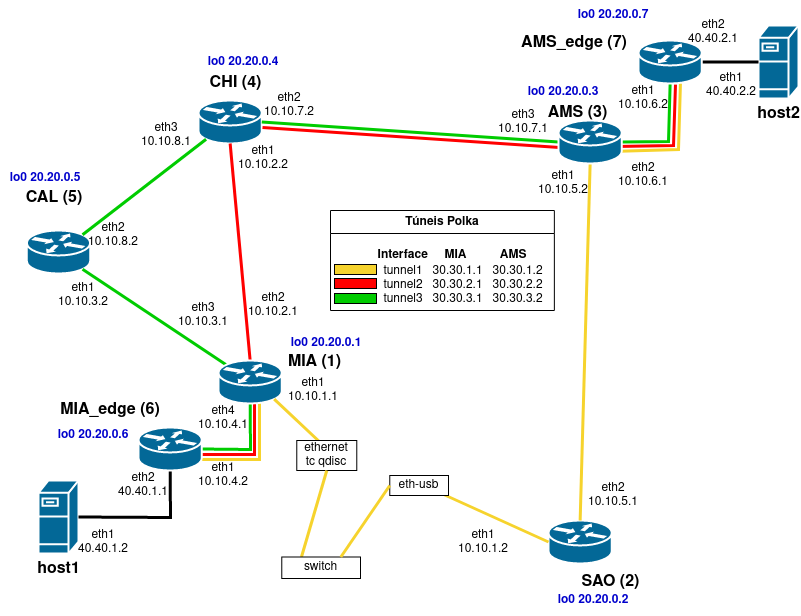
Above: artigo/test1/topologia1.png in domingosparaiso/artigo-polka (draw.io), before the change. Source tidied: cells renumbered, new cells last; positions are measured from the earlier drawing's top-left corner, leaving out a move shared by most shapes. The source it was exported from:
```xml
<mxGraphModel>
  <root>
    <mxCell id="0" />
    <mxCell id="1" parent="0" />
    <mxCell id="2" value="&lt;div&gt;host1&lt;/div&gt;" style="shape=mxgraph.cisco.servers.fileserver;sketch=0;html=1;dashed=0;fillColor=#036897;strokeColor=#ffffff;strokeWidth=2;verticalLabelPosition=bottom;verticalAlign=top;align=center;outlineConnect=0;fontSize=16;fontFamily=Helvetica;fontStyle=1;" parent="1" vertex="1">
      <mxGeometry x="38" y="480" width="40" height="73" as="geometry" />
    </mxCell>
    <mxCell id="3" style="shape=mxgraph.cisco.routers.router;sketch=0;html=1;dashed=0;fillColor=#036897;strokeColor=#ffffff;strokeWidth=2;verticalLabelPosition=bottom;verticalAlign=top;align=center;outlineConnect=0;" parent="1" vertex="1">
      <mxGeometry x="548" y="520" width="63.3" height="43" as="geometry" />
    </mxCell>
    <mxCell id="4" style="shape=mxgraph.cisco.routers.router;sketch=0;html=1;dashed=0;fillColor=#036897;strokeColor=#ffffff;strokeWidth=2;verticalLabelPosition=bottom;verticalAlign=top;align=center;outlineConnect=0;" parent="1" vertex="1">
      <mxGeometry x="198" y="100" width="63.3" height="43" as="geometry" />
    </mxCell>
    <mxCell id="5" style="shape=mxgraph.cisco.routers.router;sketch=0;html=1;dashed=0;fillColor=#036897;strokeColor=#ffffff;strokeWidth=2;verticalLabelPosition=bottom;verticalAlign=top;align=center;outlineConnect=0;" parent="1" vertex="1">
      <mxGeometry x="26.4" y="230" width="63.3" height="43" as="geometry" />
    </mxCell>
    <mxCell id="6" style="endArrow=none;html=1;rounded=0;entryX=0.5;entryY=1;entryDx=0;entryDy=0;entryPerimeter=0;exitX=0.5;exitY=0;exitDx=0;exitDy=0;exitPerimeter=0;strokeWidth=3;strokeColor=#FF0000;" parent="1" edge="1" source="59" target="4">
      <mxGeometry relative="1" as="geometry" />
    </mxCell>
    <mxCell id="7" style="endArrow=none;html=1;rounded=0;entryX=0.88;entryY=0.9;entryDx=0;entryDy=0;entryPerimeter=0;exitX=0.12;exitY=0.1;exitDx=0;exitDy=0;exitPerimeter=0;strokeWidth=3;strokeColor=#00CC00;" parent="1" edge="1" source="59" target="5">
      <mxGeometry relative="1" as="geometry" />
    </mxCell>
    <mxCell id="8" style="endArrow=none;html=1;rounded=0;entryX=0.12;entryY=0.9;entryDx=0;entryDy=0;entryPerimeter=0;exitX=0.88;exitY=0.1;exitDx=0;exitDy=0;exitPerimeter=0;strokeWidth=3;strokeColor=#00CC00;" parent="1" edge="1" source="5" target="4">
      <mxGeometry relative="1" as="geometry" />
    </mxCell>
    <mxCell id="9" style="endArrow=none;html=1;rounded=0;entryX=0.5;entryY=1;entryDx=0;entryDy=0;entryPerimeter=0;exitX=0.5;exitY=0;exitDx=0;exitDy=0;exitPerimeter=0;strokeWidth=3;strokeColor=#f6d32d;" parent="1" edge="1" source="3" target="56">
      <mxGeometry relative="1" as="geometry" />
    </mxCell>
    <mxCell id="10" style="endArrow=none;html=1;rounded=0;entryX=0;entryY=0.5;entryDx=0;entryDy=0;entryPerimeter=0;exitX=1;exitY=0.5;exitDx=0;exitDy=0;exitPerimeter=0;strokeWidth=3;strokeColor=#00CC00;" parent="1" edge="1" source="4" target="56">
      <mxGeometry relative="1" as="geometry" />
    </mxCell>
    <mxCell id="11" style="endArrow=none;html=1;rounded=0;entryX=0;entryY=0.5;entryDx=0;entryDy=0;entryPerimeter=0;exitX=0.88;exitY=0.9;exitDx=0;exitDy=0;exitPerimeter=0;strokeWidth=3;strokeColor=#f6d32d;" parent="1" edge="1" source="69" target="3">
      <mxGeometry relative="1" as="geometry" />
    </mxCell>
    <mxCell id="12" style="endArrow=none;html=1;rounded=0;entryX=0.5;entryY=1;entryDx=0;entryDy=0;entryPerimeter=0;exitX=1;exitY=0.5;exitDx=0;exitDy=0;exitPerimeter=0;strokeWidth=3;strokeColor=#00CC00;" parent="1" edge="1" source="58" target="59">
      <mxGeometry relative="1" as="geometry">
        <Array as="points">
          <mxPoint x="250" y="449" />
        </Array>
      </mxGeometry>
    </mxCell>
    <mxCell id="13" style="endArrow=none;html=1;rounded=0;entryX=1;entryY=0.5;entryDx=0;entryDy=0;entryPerimeter=0;exitX=0.5;exitY=1;exitDx=0;exitDy=0;exitPerimeter=0;strokeWidth=3;strokeColor=#00CC00;" parent="1" edge="1" source="57" target="56">
      <mxGeometry relative="1" as="geometry">
        <Array as="points">
          <mxPoint x="668" y="141" />
        </Array>
      </mxGeometry>
    </mxCell>
    <mxCell id="14" value="&lt;div&gt;host2&lt;/div&gt;" style="shape=mxgraph.cisco.servers.fileserver;sketch=0;html=1;dashed=0;fillColor=#036897;strokeColor=#ffffff;strokeWidth=2;verticalLabelPosition=bottom;verticalAlign=top;align=center;outlineConnect=0;fontSize=16;fontFamily=Helvetica;fontStyle=1;" parent="1" vertex="1">
      <mxGeometry x="758" y="25" width="40" height="73" as="geometry" />
    </mxCell>
    <mxCell id="15" style="endArrow=none;html=1;rounded=0;entryX=0.5;entryY=1;entryDx=0;entryDy=0;entryPerimeter=0;exitX=1;exitY=0.5;exitDx=0;exitDy=0;exitPerimeter=0;strokeWidth=3;" parent="1" edge="1" source="2" target="58">
      <mxGeometry relative="1" as="geometry">
        <Array as="points">
          <mxPoint x="170" y="517" />
        </Array>
      </mxGeometry>
    </mxCell>
    <mxCell id="16" style="endArrow=none;html=1;rounded=0;entryX=1;entryY=0.5;entryDx=0;entryDy=0;entryPerimeter=0;exitX=0;exitY=0.5;exitDx=0;exitDy=0;exitPerimeter=0;strokeWidth=3;" parent="1" edge="1" source="14" target="57">
      <mxGeometry relative="1" as="geometry" />
    </mxCell>
    <mxCell id="17" value="AMS_edge (7)" style="text;html=1;strokeColor=none;fillColor=none;align=center;verticalAlign=middle;whiteSpace=wrap;rounded=0;fontStyle=1;fontSize=16;" parent="1" vertex="1">
      <mxGeometry x="510" y="25" width="128" height="35" as="geometry" />
    </mxCell>
    <mxCell id="18" value="AMS (3)" style="text;html=1;strokeColor=none;fillColor=none;align=center;verticalAlign=middle;whiteSpace=wrap;rounded=0;fontStyle=1;fontSize=16;" parent="1" vertex="1">
      <mxGeometry x="540" y="95" width="74.6" height="35" as="geometry" />
    </mxCell>
    <mxCell id="19" value="SAO (2)" style="text;html=1;strokeColor=none;fillColor=none;align=center;verticalAlign=middle;whiteSpace=wrap;rounded=0;fontStyle=1;fontSize=16;" parent="1" vertex="1">
      <mxGeometry x="571.3" y="564" width="78.7" height="35" as="geometry" />
    </mxCell>
    <mxCell id="20" value="MIA_edge (6)" style="text;html=1;strokeColor=none;fillColor=none;align=center;verticalAlign=middle;whiteSpace=wrap;rounded=0;fontStyle=1;fontSize=16;" parent="1" vertex="1">
      <mxGeometry x="50" y="392" width="120" height="35" as="geometry" />
    </mxCell>
    <mxCell id="21" value="MIA (1)" style="text;html=1;strokeColor=none;fillColor=none;align=center;verticalAlign=middle;whiteSpace=wrap;rounded=0;fontStyle=1;fontSize=16;" parent="1" vertex="1">
      <mxGeometry x="279" y="344" width="71" height="35" as="geometry" />
    </mxCell>
    <mxCell id="22" value="CAL (5)" style="text;html=1;strokeColor=none;fillColor=none;align=center;verticalAlign=middle;whiteSpace=wrap;rounded=0;fontStyle=1;fontSize=16;" parent="1" vertex="1">
      <mxGeometry x="18" y="180" width="72" height="35" as="geometry" />
    </mxCell>
    <mxCell id="23" value="&lt;div&gt;CHI (4)&lt;/div&gt;" style="text;html=1;strokeColor=none;fillColor=none;align=center;verticalAlign=middle;whiteSpace=wrap;rounded=0;fontStyle=1;fontSize=16;" parent="1" vertex="1">
      <mxGeometry x="201.3" y="65" width="68.7" height="35" as="geometry" />
    </mxCell>
    <mxCell id="24" value="eth1 10.10.1.1" style="text;html=1;strokeColor=none;fillColor=none;align=center;verticalAlign=middle;whiteSpace=wrap;rounded=0;" parent="1" vertex="1">
      <mxGeometry x="278" y="375" width="70" height="30" as="geometry" />
    </mxCell>
    <mxCell id="25" value="eth4 10.10.4.1" style="text;html=1;strokeColor=none;fillColor=none;align=center;verticalAlign=middle;whiteSpace=wrap;rounded=0;" parent="1" vertex="1">
      <mxGeometry x="188" y="403" width="70" height="30" as="geometry" />
    </mxCell>
    <mxCell id="26" value="eth2 10.10.2.1" style="text;html=1;strokeColor=none;fillColor=none;align=center;verticalAlign=middle;whiteSpace=wrap;rounded=0;" parent="1" vertex="1">
      <mxGeometry x="238" y="290" width="70" height="30" as="geometry" />
    </mxCell>
    <mxCell id="27" value="eth3 10.10.3.1" style="text;html=1;strokeColor=none;fillColor=none;align=center;verticalAlign=middle;whiteSpace=wrap;rounded=0;" parent="1" vertex="1">
      <mxGeometry x="168" y="300" width="70" height="30" as="geometry" />
    </mxCell>
    <mxCell id="28" value="eth1 10.10.4.2" style="text;html=1;strokeColor=none;fillColor=none;align=center;verticalAlign=middle;whiteSpace=wrap;rounded=0;" parent="1" vertex="1">
      <mxGeometry x="188" y="460" width="70" height="30" as="geometry" />
    </mxCell>
    <mxCell id="29" value="eth2 40.40.1.1" style="text;html=1;strokeColor=none;fillColor=none;align=center;verticalAlign=middle;whiteSpace=wrap;rounded=0;" parent="1" vertex="1">
      <mxGeometry x="108" y="470" width="70" height="30" as="geometry" />
    </mxCell>
    <mxCell id="30" value="eth1 40.40.1.2" style="text;html=1;strokeColor=none;fillColor=none;align=center;verticalAlign=middle;whiteSpace=wrap;rounded=0;" parent="1" vertex="1">
      <mxGeometry x="68" y="526.5" width="70" height="30" as="geometry" />
    </mxCell>
    <mxCell id="31" value="eth1 10.10.1.2" style="text;html=1;strokeColor=none;fillColor=none;align=center;verticalAlign=middle;whiteSpace=wrap;rounded=0;" parent="1" vertex="1">
      <mxGeometry x="448" y="526.5" width="70" height="30" as="geometry" />
    </mxCell>
    <mxCell id="32" value="eth2 10.10.5.1" style="text;html=1;strokeColor=none;fillColor=none;align=center;verticalAlign=middle;whiteSpace=wrap;rounded=0;" parent="1" vertex="1">
      <mxGeometry x="578" y="480" width="70" height="30" as="geometry" />
    </mxCell>
    <mxCell id="33" value="eth1 10.10.5.2" style="text;html=1;strokeColor=none;fillColor=none;align=center;verticalAlign=middle;whiteSpace=wrap;rounded=0;" parent="1" vertex="1">
      <mxGeometry x="528" y="168" width="70" height="30" as="geometry" />
    </mxCell>
    <mxCell id="34" value="eth3 10.10.7.1" style="text;html=1;strokeColor=none;fillColor=none;align=center;verticalAlign=middle;whiteSpace=wrap;rounded=0;" parent="1" vertex="1">
      <mxGeometry x="488" y="106.5" width="70" height="30" as="geometry" />
    </mxCell>
    <mxCell id="35" value="eth2 10.10.6.1" style="text;html=1;strokeColor=none;fillColor=none;align=center;verticalAlign=middle;whiteSpace=wrap;rounded=0;" parent="1" vertex="1">
      <mxGeometry x="608" y="160" width="70" height="30" as="geometry" />
    </mxCell>
    <mxCell id="36" value="eth1 10.10.6.2" style="text;html=1;strokeColor=none;fillColor=none;align=center;verticalAlign=middle;whiteSpace=wrap;rounded=0;" parent="1" vertex="1">
      <mxGeometry x="608" y="83" width="70" height="30" as="geometry" />
    </mxCell>
    <mxCell id="37" value="eth2 40.40.2.1" style="text;html=1;strokeColor=none;fillColor=none;align=center;verticalAlign=middle;whiteSpace=wrap;rounded=0;" parent="1" vertex="1">
      <mxGeometry x="678" y="16.5" width="70" height="30" as="geometry" />
    </mxCell>
    <mxCell id="38" value="eth1 40.40.2.2" style="text;html=1;strokeColor=none;fillColor=none;align=center;verticalAlign=middle;whiteSpace=wrap;rounded=0;" parent="1" vertex="1">
      <mxGeometry x="696.3" y="70" width="70" height="30" as="geometry" />
    </mxCell>
    <mxCell id="39" value="eth2 10.10.7.2" style="text;html=1;strokeColor=none;fillColor=none;align=center;verticalAlign=middle;whiteSpace=wrap;rounded=0;" parent="1" vertex="1">
      <mxGeometry x="254" y="90" width="70" height="30" as="geometry" />
    </mxCell>
    <mxCell id="40" value="eth1 10.10.2.2" style="text;html=1;strokeColor=none;fillColor=none;align=center;verticalAlign=middle;whiteSpace=wrap;rounded=0;" parent="1" vertex="1">
      <mxGeometry x="228" y="143" width="70" height="30" as="geometry" />
    </mxCell>
    <mxCell id="41" value="eth3 10.10.8.1" style="text;html=1;strokeColor=none;fillColor=none;align=center;verticalAlign=middle;whiteSpace=wrap;rounded=0;" parent="1" vertex="1">
      <mxGeometry x="131.3" y="120" width="70" height="30" as="geometry" />
    </mxCell>
    <mxCell id="42" value="eth2 10.10.8.2" style="text;html=1;strokeColor=none;fillColor=none;align=center;verticalAlign=middle;whiteSpace=wrap;rounded=0;" parent="1" vertex="1">
      <mxGeometry x="78" y="220" width="70" height="30" as="geometry" />
    </mxCell>
    <mxCell id="43" value="eth1 10.10.3.2" style="text;html=1;strokeColor=none;fillColor=none;align=center;verticalAlign=middle;whiteSpace=wrap;rounded=0;" parent="1" vertex="1">
      <mxGeometry x="48" y="280" width="70" height="30" as="geometry" />
    </mxCell>
    <mxCell id="44" value="lo0 20.20.0.1" style="text;html=1;strokeColor=none;fillColor=none;align=center;verticalAlign=middle;whiteSpace=wrap;rounded=0;fontStyle=1;fontColor=#0000CC;" parent="1" vertex="1">
      <mxGeometry x="281.3" y="328" width="90" height="30" as="geometry" />
    </mxCell>
    <mxCell id="45" value="lo0 20.20.0.2" style="text;html=1;strokeColor=none;fillColor=none;align=center;verticalAlign=middle;whiteSpace=wrap;rounded=0;fontColor=#0000CC;fontStyle=1;" parent="1" vertex="1">
      <mxGeometry x="548" y="585" width="90" height="30" as="geometry" />
    </mxCell>
    <mxCell id="46" value="lo0 20.20.0.3" style="text;html=1;strokeColor=none;fillColor=none;align=center;verticalAlign=middle;whiteSpace=wrap;rounded=0;fontStyle=1;fontColor=#0000CC;" parent="1" vertex="1">
      <mxGeometry x="518" y="76.5" width="90" height="30" as="geometry" />
    </mxCell>
    <mxCell id="47" value="lo0 20.20.0.7" style="text;html=1;strokeColor=none;fillColor=none;align=center;verticalAlign=middle;whiteSpace=wrap;rounded=0;fontStyle=1;fontColor=#0000CC;" parent="1" vertex="1">
      <mxGeometry x="568" width="90" height="30" as="geometry" />
    </mxCell>
    <mxCell id="48" value="lo0 20.20.0.4" style="text;html=1;strokeColor=none;fillColor=none;align=center;verticalAlign=middle;whiteSpace=wrap;rounded=0;fontStyle=1;fontColor=#0000CC;" parent="1" vertex="1">
      <mxGeometry x="198" y="46.5" width="90" height="30" as="geometry" />
    </mxCell>
    <mxCell id="49" value="lo0 20.20.0.5" style="text;html=1;strokeColor=none;fillColor=none;align=center;verticalAlign=middle;whiteSpace=wrap;rounded=0;fontStyle=1;fontColor=#0000CC;" parent="1" vertex="1">
      <mxGeometry x="-0.4" y="163" width="90" height="30" as="geometry" />
    </mxCell>
    <mxCell id="50" value="lo0 20.20.0.6" style="text;html=1;strokeColor=none;fillColor=none;align=center;verticalAlign=middle;whiteSpace=wrap;rounded=0;fontStyle=1;fontColor=#0000CC;" parent="1" vertex="1">
      <mxGeometry x="48" y="420" width="90" height="30" as="geometry" />
    </mxCell>
    <mxCell id="51" style="endArrow=none;html=1;rounded=0;entryX=0;entryY=0.5;entryDx=0;entryDy=0;entryPerimeter=0;exitX=1;exitY=0.5;exitDx=0;exitDy=0;exitPerimeter=0;strokeWidth=3;strokeColor=#FF0000;" parent="1" edge="1">
      <mxGeometry relative="1" as="geometry">
        <mxPoint x="262" y="127" as="sourcePoint" />
        <mxPoint x="559" y="147" as="targetPoint" />
      </mxGeometry>
    </mxCell>
    <mxCell id="52" style="endArrow=none;html=1;rounded=0;entryX=0.569;entryY=0.93;entryDx=0;entryDy=0;entryPerimeter=0;strokeWidth=3;strokeColor=#FF0000;" parent="1" edge="1" target="59">
      <mxGeometry relative="1" as="geometry">
        <mxPoint x="200" y="454" as="sourcePoint" />
        <Array as="points">
          <mxPoint x="254" y="454" />
        </Array>
      </mxGeometry>
    </mxCell>
    <mxCell id="53" style="endArrow=none;html=1;rounded=0;strokeWidth=3;strokeColor=#f6d32d;" parent="1" edge="1">
      <mxGeometry relative="1" as="geometry">
        <mxPoint x="185" y="459" as="sourcePoint" />
        <mxPoint x="259" y="395" as="targetPoint" />
        <Array as="points">
          <mxPoint x="259" y="459" />
        </Array>
      </mxGeometry>
    </mxCell>
    <mxCell id="54" style="endArrow=none;html=1;rounded=0;strokeWidth=3;strokeColor=#FF0000;" parent="1" edge="1">
      <mxGeometry relative="1" as="geometry">
        <mxPoint x="675" y="84" as="sourcePoint" />
        <mxPoint x="615" y="146" as="targetPoint" />
        <Array as="points">
          <mxPoint x="673" y="145" />
        </Array>
      </mxGeometry>
    </mxCell>
    <mxCell id="55" style="endArrow=none;html=1;rounded=0;strokeWidth=3;strokeColor=#f6d32d;" parent="1" edge="1">
      <mxGeometry relative="1" as="geometry">
        <mxPoint x="680" y="81" as="sourcePoint" />
        <mxPoint x="610" y="151" as="targetPoint" />
        <Array as="points">
          <mxPoint x="678" y="149" />
        </Array>
      </mxGeometry>
    </mxCell>
    <mxCell id="56" style="shape=mxgraph.cisco.routers.router;sketch=0;html=1;dashed=0;fillColor=#036897;strokeColor=#ffffff;strokeWidth=2;verticalLabelPosition=bottom;verticalAlign=top;align=center;outlineConnect=0;" parent="1" vertex="1">
      <mxGeometry x="558" y="120" width="63.3" height="43" as="geometry" />
    </mxCell>
    <mxCell id="57" style="shape=mxgraph.cisco.routers.router;sketch=0;html=1;dashed=0;fillColor=#036897;strokeColor=#ffffff;strokeWidth=2;verticalLabelPosition=bottom;verticalAlign=top;align=center;outlineConnect=0;" parent="1" vertex="1">
      <mxGeometry x="638" y="40" width="63.3" height="43" as="geometry" />
    </mxCell>
    <mxCell id="58" style="shape=mxgraph.cisco.routers.router;sketch=0;html=1;dashed=0;fillColor=#036897;strokeColor=#ffffff;strokeWidth=2;verticalLabelPosition=bottom;verticalAlign=top;align=center;outlineConnect=0;" parent="1" vertex="1">
      <mxGeometry x="138" y="427" width="63.3" height="43" as="geometry" />
    </mxCell>
    <mxCell id="59" style="shape=mxgraph.cisco.routers.router;sketch=0;html=1;dashed=0;fillColor=#036897;strokeColor=#ffffff;strokeWidth=2;verticalLabelPosition=bottom;verticalAlign=top;align=center;outlineConnect=0;" parent="1" vertex="1">
      <mxGeometry x="218" y="360" width="63.3" height="43" as="geometry" />
    </mxCell>
    <mxCell id="60" value="Túneis Polka" style="swimlane;whiteSpace=wrap;html=1;" parent="1" vertex="1">
      <mxGeometry x="330" y="210" width="223.9" height="100" as="geometry" />
    </mxCell>
    <mxCell id="61" value="Interface&amp;nbsp;&amp;nbsp;&amp;nbsp;&amp;nbsp; MIA&amp;nbsp;&amp;nbsp;&amp;nbsp;&amp;nbsp;&amp;nbsp;&amp;nbsp;&amp;nbsp;&amp;nbsp;&amp;nbsp; AMS" style="text;html=1;strokeColor=none;fillColor=none;align=center;verticalAlign=middle;whiteSpace=wrap;rounded=0;fontStyle=1;" parent="60" vertex="1">
      <mxGeometry x="25.4" y="30" width="194.3" height="30" as="geometry" />
    </mxCell>
    <mxCell id="62" value="&lt;div&gt;tunnel1&amp;nbsp;&amp;nbsp; 30.30.1.1&amp;nbsp;&amp;nbsp; 30.30.1.2&lt;/div&gt;&lt;div&gt;tunnel2 &amp;nbsp; 30.30.2.1&amp;nbsp;&amp;nbsp; 30.30.2.2&lt;/div&gt;&lt;div&gt;tunnel3 &amp;nbsp; 30.30.3.1&amp;nbsp;&amp;nbsp; 30.30.3.2&lt;/div&gt;" style="text;html=1;strokeColor=none;fillColor=none;align=center;verticalAlign=middle;whiteSpace=wrap;rounded=0;" parent="60" vertex="1">
      <mxGeometry x="25.4" y="60" width="216.1" height="30" as="geometry" />
    </mxCell>
    <mxCell id="63" style="rounded=0;whiteSpace=wrap;html=1;fillColor=#f6d32d;" parent="60" vertex="1">
      <mxGeometry x="4" y="54" width="42" height="10" as="geometry" />
    </mxCell>
    <mxCell id="64" style="rounded=0;whiteSpace=wrap;html=1;fillColor=#FF0000;" parent="1" vertex="1">
      <mxGeometry x="334" y="278" width="42" height="10" as="geometry" />
    </mxCell>
    <mxCell id="65" style="rounded=0;whiteSpace=wrap;html=1;fillColor=#00CC00;" parent="1" vertex="1">
      <mxGeometry x="334" y="293" width="42" height="10" as="geometry" />
    </mxCell>
    <mxCell id="66" style="endArrow=none;html=1;rounded=0;entryX=0.383;entryY=0.05;entryDx=0;entryDy=0;entryPerimeter=0;exitX=0.88;exitY=0.9;exitDx=0;exitDy=0;exitPerimeter=0;strokeWidth=3;strokeColor=#f6d32d;" parent="1" edge="1" source="59" target="67">
      <mxGeometry relative="1" as="geometry" />
    </mxCell>
    <mxCell id="67" value="&lt;div&gt;ethernet&lt;/div&gt;&lt;div&gt;tc qdisc&lt;br&gt;&lt;/div&gt;" style="rounded=0;whiteSpace=wrap;html=1;" parent="1" vertex="1">
      <mxGeometry x="296.3" y="440" width="60" height="30" as="geometry" />
    </mxCell>
    <mxCell id="68" style="endArrow=none;html=1;rounded=0;entryX=0.25;entryY=0;entryDx=0;entryDy=0;exitX=0.5;exitY=1;exitDx=0;exitDy=0;strokeWidth=3;strokeColor=#f6d32d;" parent="1" edge="1" source="67" target="70">
      <mxGeometry relative="1" as="geometry" />
    </mxCell>
    <mxCell id="69" value="eth-usb" style="rounded=0;whiteSpace=wrap;html=1;" parent="1" vertex="1">
      <mxGeometry x="389.3" y="475" width="58.7" height="20" as="geometry" />
    </mxCell>
    <mxCell id="70" value="switch" style="rounded=0;whiteSpace=wrap;html=1;" parent="1" vertex="1">
      <mxGeometry x="281.3" y="556.5" width="78.7" height="21.5" as="geometry" />
    </mxCell>
    <mxCell id="71" style="endArrow=none;html=1;rounded=0;entryX=0.75;entryY=0;entryDx=0;entryDy=0;exitX=0;exitY=0.5;exitDx=0;exitDy=0;strokeWidth=3;strokeColor=#f6d32d;" parent="1" edge="1" source="69" target="70">
      <mxGeometry relative="1" as="geometry" />
    </mxCell>
  </root>
</mxGraphModel>
```
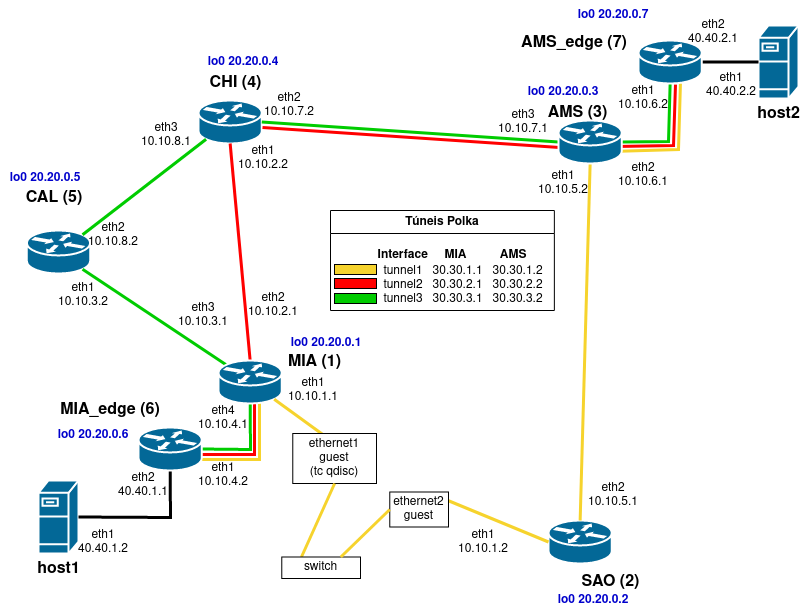
Later version of the same file.

Change to the diagram source:
```diff
@@ -29,7 +29,7 @@
     <mxCell id="10" style="endArrow=none;html=1;rounded=0;entryX=0;entryY=0.5;entryDx=0;entryDy=0;entryPerimeter=0;exitX=1;exitY=0.5;exitDx=0;exitDy=0;exitPerimeter=0;strokeWidth=3;strokeColor=#00CC00;" parent="1" edge="1" source="4" target="56">
       <mxGeometry relative="1" as="geometry" />
     </mxCell>
-    <mxCell id="11" style="endArrow=none;html=1;rounded=0;entryX=0;entryY=0.5;entryDx=0;entryDy=0;entryPerimeter=0;exitX=0.88;exitY=0.9;exitDx=0;exitDy=0;exitPerimeter=0;strokeWidth=3;strokeColor=#f6d32d;" parent="1" edge="1" source="69" target="3">
+    <mxCell id="11" style="endArrow=none;html=1;rounded=0;entryX=0;entryY=0.5;entryDx=0;entryDy=0;entryPerimeter=0;exitX=1;exitY=0.25;exitDx=0;exitDy=0;strokeWidth=3;strokeColor=#f6d32d;" parent="1" edge="1" source="69" target="3">
       <mxGeometry relative="1" as="geometry" />
     </mxCell>
     <mxCell id="12" style="endArrow=none;html=1;rounded=0;entryX=0.5;entryY=1;entryDx=0;entryDy=0;entryPerimeter=0;exitX=1;exitY=0.5;exitDx=0;exitDy=0;exitPerimeter=0;strokeWidth=3;strokeColor=#00CC00;" parent="1" edge="1" source="58" target="59">
@@ -235,14 +235,14 @@
     <mxCell id="66" style="endArrow=none;html=1;rounded=0;entryX=0.383;entryY=0.05;entryDx=0;entryDy=0;entryPerimeter=0;exitX=0.88;exitY=0.9;exitDx=0;exitDy=0;exitPerimeter=0;strokeWidth=3;strokeColor=#f6d32d;" parent="1" edge="1" source="59" target="67">
       <mxGeometry relative="1" as="geometry" />
     </mxCell>
-    <mxCell id="67" value="&lt;div&gt;ethernet&lt;/div&gt;&lt;div&gt;tc qdisc&lt;br&gt;&lt;/div&gt;" style="rounded=0;whiteSpace=wrap;html=1;" parent="1" vertex="1">
-      <mxGeometry x="296.3" y="440" width="60" height="30" as="geometry" />
+    <mxCell id="67" value="&lt;div&gt;ethernet1 guest&lt;br&gt;&lt;/div&gt;&lt;div&gt;(tc qdisc)&lt;br&gt;&lt;/div&gt;" style="rounded=0;whiteSpace=wrap;html=1;" parent="1" vertex="1">
+      <mxGeometry x="292.3" y="433" width="83.7" height="50" as="geometry" />
     </mxCell>
     <mxCell id="68" style="endArrow=none;html=1;rounded=0;entryX=0.25;entryY=0;entryDx=0;entryDy=0;exitX=0.5;exitY=1;exitDx=0;exitDy=0;strokeWidth=3;strokeColor=#f6d32d;" parent="1" edge="1" source="67" target="70">
       <mxGeometry relative="1" as="geometry" />
     </mxCell>
-    <mxCell id="69" value="eth-usb" style="rounded=0;whiteSpace=wrap;html=1;" parent="1" vertex="1">
-      <mxGeometry x="389.3" y="475" width="58.7" height="20" as="geometry" />
+    <mxCell id="69" value="ethernet2 guest" style="rounded=0;whiteSpace=wrap;html=1;" parent="1" vertex="1">
+      <mxGeometry x="389.3" y="491.5" width="58.7" height="35" as="geometry" />
     </mxCell>
     <mxCell id="70" value="switch" style="rounded=0;whiteSpace=wrap;html=1;" parent="1" vertex="1">
       <mxGeometry x="281.3" y="556.5" width="78.7" height="21.5" as="geometry" />
```
